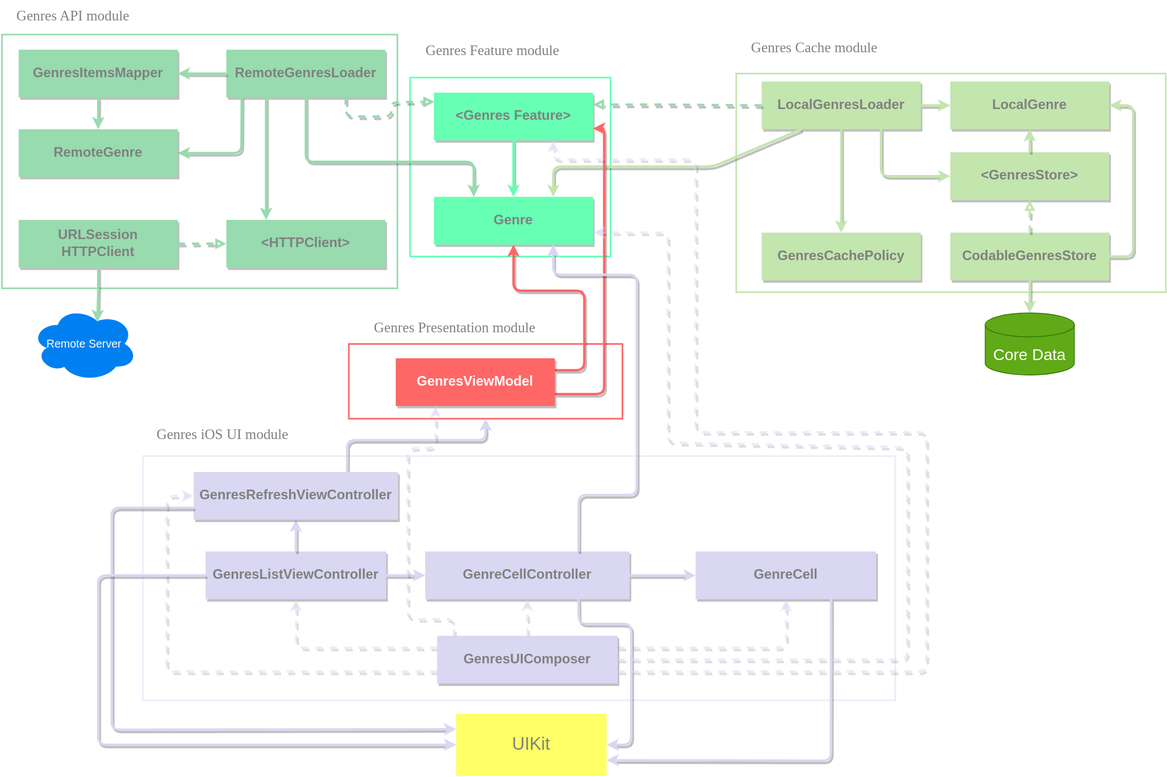
The draw.io diagram Podcasts Genres List/Genres List UI/dependency.drawio.svg in alexnikol/AnyCast, before a commit. Source tidied: cells renumbered, new cells last; positions are measured from the earlier drawing's top-left corner, leaving out a move shared by most shapes.
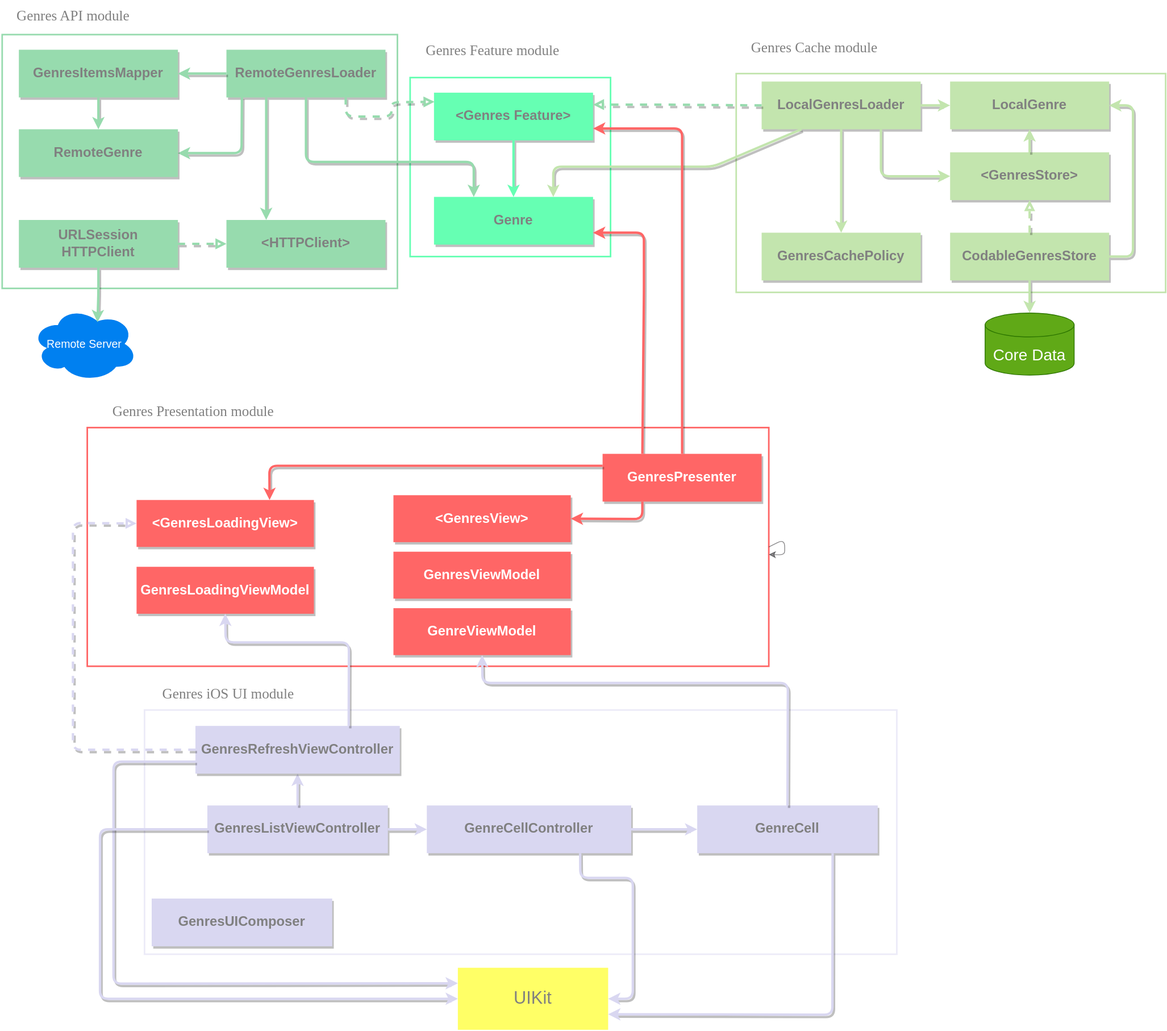
After the change.

Commit message:
Decoupled `GenreCellController` from `Genre`, instead added dependency on shared presentation layer

Diff of the diagram source:
```diff
@@ -3,7 +3,7 @@
     <mxCell id="0" />
     <mxCell id="1" parent="0" />
     <mxCell id="2" style="rounded=0;whiteSpace=wrap;html=1;strokeWidth=2;strokeColor=#D9D7F1;fillColor=none;opacity=50;" parent="1" vertex="1">
-      <mxGeometry x="179" y="573" width="946" height="307" as="geometry" />
+      <mxGeometry x="181" y="892" width="946" height="307" as="geometry" />
     </mxCell>
     <mxCell id="3" style="rounded=0;whiteSpace=wrap;html=1;strokeWidth=2;strokeColor=#66FFB3;fillColor=none;" parent="1" vertex="1">
       <mxGeometry x="515" y="97" width="252" height="225" as="geometry" />
@@ -177,42 +177,40 @@
       <mxGeometry relative="1" as="geometry" />
     </mxCell>
     <mxCell id="44" style="rounded=0;whiteSpace=wrap;html=1;strokeWidth=2;strokeColor=#FF6666;fillColor=none;" parent="1" vertex="1">
-      <mxGeometry x="438" y="432" width="344" height="94" as="geometry" />
+      <mxGeometry x="109" y="537" width="857" height="300" as="geometry" />
     </mxCell>
-    <mxCell id="45" style="edgeStyle=none;html=1;exitX=1;exitY=0.75;exitDx=0;exitDy=0;fontSize=17;fontColor=#999900;strokeColor=#FF6666;fillColor=#a20025;strokeWidth=3;shadow=1;entryX=1;entryY=0.75;entryDx=0;entryDy=0;" parent="1" edge="1" source="48" target="9">
+    <mxCell id="45" style="edgeStyle=none;html=1;exitX=0.25;exitY=0;exitDx=0;exitDy=0;fontSize=17;fontColor=#999900;strokeColor=#FF6666;fillColor=#a20025;strokeWidth=3;shadow=1;entryX=1;entryY=0.75;entryDx=0;entryDy=0;" parent="1" edge="1" source="48" target="24">
       <mxGeometry relative="1" as="geometry">
         <Array as="points">
-          <mxPoint x="759" y="495" />
-          <mxPoint x="759" y="161" />
+          <mxPoint x="809" y="365" />
+          <mxPoint x="809" y="292" />
         </Array>
       </mxGeometry>
     </mxCell>
-    <mxCell id="46" style="edgeStyle=none;html=1;exitX=1;exitY=0.25;exitDx=0;exitDy=0;fontSize=17;fontColor=#999900;strokeColor=#FF6666;fillColor=#a20025;strokeWidth=3;shadow=1;entryX=0.5;entryY=1;entryDx=0;entryDy=0;" parent="1" edge="1" source="48" target="24">
+    <mxCell id="46" style="edgeStyle=none;html=1;exitX=0.5;exitY=0;exitDx=0;exitDy=0;fontSize=17;fontColor=#999900;strokeColor=#FF6666;fillColor=#a20025;strokeWidth=3;shadow=1;entryX=1;entryY=0.75;entryDx=0;entryDy=0;" parent="1" edge="1" source="48" target="9">
       <mxGeometry relative="1" as="geometry">
         <Array as="points">
-          <mxPoint x="734" y="465" />
-          <mxPoint x="734" y="365" />
-          <mxPoint x="645" y="365" />
+          <mxPoint x="857" y="161" />
         </Array>
       </mxGeometry>
     </mxCell>
     <mxCell id="47" value="&lt;font style=&quot;font-size: 18px&quot;&gt;Genres Presentation module&lt;/font&gt;" style="text;html=1;strokeColor=none;fillColor=none;align=center;verticalAlign=middle;whiteSpace=wrap;rounded=0;fontFamily=Verdana;fontSize=18;fontColor=#808080;" parent="1" vertex="1">
-      <mxGeometry x="438" y="392" width="267" height="40" as="geometry" />
+      <mxGeometry x="109" y="497" width="267" height="40" as="geometry" />
     </mxCell>
-    <mxCell id="48" value="GenresViewModel" style="rounded=0;whiteSpace=wrap;html=1;fontSize=17;fontColor=#fff;strokeColor=none;strokeWidth=3;fillColor=#FF6666;fontStyle=1;gradientColor=none;shadow=1;" parent="1" vertex="1">
-      <mxGeometry x="497" y="450" width="200" height="60" as="geometry" />
+    <mxCell id="48" value="GenresPresenter" style="rounded=0;whiteSpace=wrap;html=1;fontSize=17;fontColor=#fff;strokeColor=none;strokeWidth=3;fillColor=#FF6666;fontStyle=1;gradientColor=none;shadow=1;" parent="1" vertex="1">
+      <mxGeometry x="757" y="570" width="200" height="60" as="geometry" />
     </mxCell>
     <mxCell id="49" value="&lt;span&gt;GenresListViewController&lt;/span&gt;" style="rounded=0;whiteSpace=wrap;html=1;fontSize=17;fontColor=#808080;strokeColor=none;strokeWidth=3;fillColor=#D9D7F1;fontStyle=1;gradientColor=none;shadow=1;" parent="1" vertex="1">
-      <mxGeometry x="258" y="693" width="227" height="60" as="geometry" />
+      <mxGeometry x="260" y="1012" width="227" height="60" as="geometry" />
     </mxCell>
     <mxCell id="50" value="&lt;font style=&quot;font-size: 18px&quot;&gt;Genres iOS UI module&lt;/font&gt;" style="text;html=1;strokeColor=none;fillColor=none;align=center;verticalAlign=middle;whiteSpace=wrap;rounded=0;fontFamily=Verdana;fontSize=18;fontColor=#808080;" parent="1" vertex="1">
-      <mxGeometry x="174" y="526" width="211" height="40" as="geometry" />
+      <mxGeometry x="181" y="852" width="211" height="40" as="geometry" />
     </mxCell>
     <mxCell id="51" value="GenreCellController" style="rounded=0;whiteSpace=wrap;html=1;fontSize=17;fontColor=#808080;strokeColor=none;strokeWidth=3;fillColor=#D9D7F1;fontStyle=1;gradientColor=none;shadow=1;" parent="1" vertex="1">
-      <mxGeometry x="534" y="693" width="257" height="60" as="geometry" />
+      <mxGeometry x="536" y="1012" width="257" height="60" as="geometry" />
     </mxCell>
     <mxCell id="52" value="&lt;span&gt;GenreCell&lt;/span&gt;" style="rounded=0;whiteSpace=wrap;html=1;fontSize=17;fontColor=#808080;strokeColor=none;strokeWidth=3;fillColor=#D9D7F1;fontStyle=1;gradientColor=none;shadow=1;" parent="1" vertex="1">
-      <mxGeometry x="874" y="693" width="227" height="60" as="geometry" />
+      <mxGeometry x="876" y="1012" width="227" height="60" as="geometry" />
     </mxCell>
     <mxCell id="53" style="edgeStyle=none;html=1;exitX=1;exitY=0.5;exitDx=0;exitDy=0;fontSize=17;fontColor=#999900;strokeColor=#D9D7F1;fillColor=#a20025;strokeWidth=3;shadow=1;entryX=0;entryY=0.5;entryDx=0;entryDy=0;" parent="1" edge="1" source="51" target="52">
       <mxGeometry relative="1" as="geometry" />
@@ -223,123 +221,102 @@
     <mxCell id="55" style="edgeStyle=none;html=1;exitX=0.5;exitY=0;exitDx=0;exitDy=0;fontSize=17;fontColor=#999900;strokeColor=#D9D7F1;fillColor=#a20025;strokeWidth=3;shadow=1;entryX=0.5;entryY=1;entryDx=0;entryDy=0;" parent="1" edge="1" source="49" target="57">
       <mxGeometry relative="1" as="geometry" />
     </mxCell>
-    <mxCell id="56" style="edgeStyle=none;html=1;exitX=0.75;exitY=0;exitDx=0;exitDy=0;fontSize=17;fontColor=#999900;strokeColor=#D9D7F1;fillColor=#a20025;strokeWidth=3;shadow=1;entryX=0.5;entryY=1;entryDx=0;entryDy=0;" parent="1" edge="1" source="57" target="44">
-      <mxGeometry relative="1" as="geometry">
-        <Array as="points">
-          <mxPoint x="436" y="553" />
-          <mxPoint x="581" y="553" />
-          <mxPoint x="610" y="553" />
-        </Array>
-      </mxGeometry>
-    </mxCell>
     <mxCell id="57" value="GenresRefreshViewController" style="rounded=0;whiteSpace=wrap;html=1;fontSize=17;fontColor=#808080;strokeColor=none;strokeWidth=3;fillColor=#D9D7F1;fontStyle=1;gradientColor=none;shadow=1;" parent="1" vertex="1">
-      <mxGeometry x="243" y="593" width="257" height="60" as="geometry" />
+      <mxGeometry x="245" y="912" width="257" height="60" as="geometry" />
     </mxCell>
-    <mxCell id="58" style="edgeStyle=none;html=1;exitX=0.5;exitY=0;exitDx=0;exitDy=0;fontSize=17;fontColor=#999900;strokeColor=#D9D7F1;fillColor=#a20025;strokeWidth=3;rounded=1;dashed=1;shadow=1;entryX=0.5;entryY=1;entryDx=0;entryDy=0;opacity=50;" parent="1" edge="1" source="69" target="51">
-      <mxGeometry relative="1" as="geometry" />
-    </mxCell>
-    <mxCell id="59" style="edgeStyle=none;html=1;exitX=1;exitY=0.25;exitDx=0;exitDy=0;fontSize=17;fontColor=#999900;strokeColor=#D9D7F1;fillColor=#a20025;strokeWidth=3;rounded=1;dashed=1;shadow=1;entryX=0.5;entryY=1;entryDx=0;entryDy=0;opacity=50;" parent="1" edge="1" source="69" target="52">
-      <mxGeometry relative="1" as="geometry">
-        <Array as="points">
-          <mxPoint x="988" y="814" />
-        </Array>
-      </mxGeometry>
-    </mxCell>
-    <mxCell id="60" style="edgeStyle=none;html=1;exitX=0;exitY=0.25;exitDx=0;exitDy=0;fontSize=17;fontColor=#999900;strokeColor=#D9D7F1;fillColor=#a20025;strokeWidth=3;rounded=1;dashed=1;shadow=1;entryX=0.5;entryY=1;entryDx=0;entryDy=0;opacity=50;" parent="1" edge="1" source="69" target="49">
-      <mxGeometry relative="1" as="geometry">
-        <Array as="points">
-          <mxPoint x="372" y="814" />
-        </Array>
-      </mxGeometry>
-    </mxCell>
-    <mxCell id="61" style="edgeStyle=none;html=1;exitX=0.75;exitY=0;exitDx=0;exitDy=0;fontSize=17;fontColor=#999900;strokeColor=#D9D7F1;fillColor=#a20025;strokeWidth=3;shadow=1;entryX=0.75;entryY=1;entryDx=0;entryDy=0;" parent="1" edge="1" source="51" target="24">
-      <mxGeometry relative="1" as="geometry">
-        <Array as="points">
-          <mxPoint x="727" y="622" />
-          <mxPoint x="800" y="622" />
-          <mxPoint x="800" y="345" />
-          <mxPoint x="695" y="345" />
-        </Array>
-      </mxGeometry>
-    </mxCell>
     <mxCell id="62" value="UIKit" style="rounded=0;whiteSpace=wrap;html=1;strokeWidth=2;strokeColor=none;fillColor=#FFFF66;fontColor=#808080;fontSize=22;" parent="1" vertex="1">
-      <mxGeometry x="573" y="897" width="189" height="78" as="geometry" />
+      <mxGeometry x="575" y="1216" width="189" height="78" as="geometry" />
     </mxCell>
     <mxCell id="63" style="edgeStyle=none;html=1;exitX=0.75;exitY=1;exitDx=0;exitDy=0;fontSize=17;fontColor=#999900;strokeColor=#D9D7F1;fillColor=#a20025;strokeWidth=3;shadow=1;entryX=1;entryY=0.75;entryDx=0;entryDy=0;" parent="1" edge="1" source="52" target="62">
       <mxGeometry relative="1" as="geometry">
         <Array as="points">
-          <mxPoint x="1044" y="956" />
+          <mxPoint x="1046" y="1275" />
         </Array>
       </mxGeometry>
     </mxCell>
     <mxCell id="64" style="edgeStyle=none;html=1;exitX=0;exitY=0.75;exitDx=0;exitDy=0;fontSize=17;fontColor=#999900;strokeColor=#D9D7F1;fillColor=#a20025;strokeWidth=3;shadow=1;entryX=0;entryY=0.25;entryDx=0;entryDy=0;" parent="1" edge="1" source="57" target="62">
       <mxGeometry relative="1" as="geometry">
         <Array as="points">
-          <mxPoint x="140" y="638" />
-          <mxPoint x="140" y="917" />
+          <mxPoint x="142" y="957" />
+          <mxPoint x="142" y="1236" />
         </Array>
       </mxGeometry>
     </mxCell>
-    <mxCell id="65" style="edgeStyle=none;html=1;exitX=0;exitY=0.75;exitDx=0;exitDy=0;fontSize=17;fontColor=#999900;strokeColor=#D9D7F1;fillColor=#a20025;strokeWidth=3;rounded=1;dashed=1;shadow=1;entryX=0;entryY=0.5;entryDx=0;entryDy=0;opacity=50;" parent="1" edge="1" source="69" target="57">
-      <mxGeometry relative="1" as="geometry">
-        <Array as="points">
-          <mxPoint x="382" y="844" />
-          <mxPoint x="209" y="844" />
-          <mxPoint x="209" y="623" />
-        </Array>
-      </mxGeometry>
-    </mxCell>
     <mxCell id="66" style="edgeStyle=none;html=1;exitX=0;exitY=0.5;exitDx=0;exitDy=0;fontSize=17;fontColor=#999900;strokeColor=#D9D7F1;fillColor=#a20025;strokeWidth=3;shadow=1;entryX=0;entryY=0.5;entryDx=0;entryDy=0;" parent="1" edge="1" source="49" target="62">
       <mxGeometry relative="1" as="geometry">
         <Array as="points">
-          <mxPoint x="123" y="723" />
-          <mxPoint x="123" y="936" />
+          <mxPoint x="125" y="1042" />
+          <mxPoint x="125" y="1255" />
         </Array>
       </mxGeometry>
     </mxCell>
     <mxCell id="67" style="edgeStyle=none;html=1;exitX=0.75;exitY=1;exitDx=0;exitDy=0;fontSize=17;fontColor=#999900;strokeColor=#D9D7F1;fillColor=#a20025;strokeWidth=3;shadow=1;entryX=1;entryY=0.5;entryDx=0;entryDy=0;" parent="1" edge="1" source="51" target="62">
       <mxGeometry relative="1" as="geometry">
         <Array as="points">
-          <mxPoint x="727" y="784" />
-          <mxPoint x="793" y="784" />
-          <mxPoint x="793" y="936" />
+          <mxPoint x="729" y="1103" />
+          <mxPoint x="795" y="1103" />
+          <mxPoint x="795" y="1255" />
         </Array>
       </mxGeometry>
     </mxCell>
-    <mxCell id="68" style="edgeStyle=none;html=1;exitX=0.094;exitY=0.017;exitDx=0;exitDy=0;fontSize=17;fontColor=#999900;strokeColor=#D9D7F1;fillColor=#a20025;strokeWidth=3;rounded=1;dashed=1;shadow=1;opacity=50;exitPerimeter=0;entryX=0.25;entryY=1;entryDx=0;entryDy=0;" parent="1" edge="1" source="69" target="48">
-      <mxGeometry relative="1" as="geometry">
-        <Array as="points">
-          <mxPoint x="570" y="778" />
-          <mxPoint x="512" y="778" />
-          <mxPoint x="512" y="563" />
-          <mxPoint x="547" y="563" />
-        </Array>
-      </mxGeometry>
-    </mxCell>
     <mxCell id="69" value="&lt;span&gt;GenresUIComposer&lt;/span&gt;" style="rounded=0;whiteSpace=wrap;html=1;fontSize=17;fontColor=#808080;strokeColor=none;strokeWidth=3;fillColor=#D9D7F1;fontStyle=1;gradientColor=none;shadow=1;" parent="1" vertex="1">
-      <mxGeometry x="549" y="799" width="227" height="60" as="geometry" />
+      <mxGeometry x="190" y="1129" width="227" height="60" as="geometry" />
     </mxCell>
-    <mxCell id="70" style="edgeStyle=none;html=1;exitX=1;exitY=0.75;exitDx=0;exitDy=0;fontSize=17;fontColor=#999900;strokeColor=#D9D7F1;fillColor=#a20025;strokeWidth=3;rounded=1;dashed=1;shadow=1;opacity=50;entryX=0.75;entryY=1;entryDx=0;entryDy=0;" parent="1" edge="1" source="69" target="9">
-      <mxGeometry relative="1" as="geometry">
-        <Array as="points">
-          <mxPoint x="1164" y="844" />
-          <mxPoint x="1164" y="543" />
-          <mxPoint x="874" y="543" />
-          <mxPoint x="874" y="200" />
-          <mxPoint x="806" y="200" />
-          <mxPoint x="695" y="200" />
-        </Array>
-      </mxGeometry>
-    </mxCell>
-    <mxCell id="71" style="edgeStyle=none;html=1;exitX=1;exitY=0.5;exitDx=0;exitDy=0;fontSize=17;fontColor=#999900;strokeColor=#D9D7F1;fillColor=#a20025;strokeWidth=3;rounded=1;dashed=1;shadow=1;opacity=50;entryX=1;entryY=0.75;entryDx=0;entryDy=0;" parent="1" edge="1" source="69" target="24">
-      <mxGeometry relative="1" as="geometry">
-        <Array as="points">
-          <mxPoint x="1140" y="829" />
-          <mxPoint x="1140" y="562" />
-          <mxPoint x="839" y="556" />
-          <mxPoint x="839" y="292" />
-        </Array>
-      </mxGeometry>
-    </mxCell>
+    <mxCell id="72" value="GenresLoadingViewModel" style="rounded=0;whiteSpace=wrap;html=1;fontSize=17;fontColor=#fff;strokeColor=none;strokeWidth=3;fillColor=#FF6666;fontStyle=1;gradientColor=none;shadow=1;" parent="1" vertex="1">
+      <mxGeometry x="171" y="712" width="223" height="59" as="geometry" />
+    </mxCell>
+    <mxCell id="73" value="GenresViewModel" style="rounded=0;whiteSpace=wrap;html=1;fontSize=17;fontColor=#fff;strokeColor=none;strokeWidth=3;fillColor=#FF6666;fontStyle=1;gradientColor=none;shadow=1;" parent="1" vertex="1">
+      <mxGeometry x="494" y="693" width="223" height="59" as="geometry" />
+    </mxCell>
+    <mxCell id="74" value="GenreViewModel" style="rounded=0;whiteSpace=wrap;html=1;fontSize=17;fontColor=#fff;strokeColor=none;strokeWidth=3;fillColor=#FF6666;fontStyle=1;gradientColor=none;shadow=1;" parent="1" vertex="1">
+      <mxGeometry x="494" y="764" width="223" height="59" as="geometry" />
+    </mxCell>
+    <mxCell id="75" value="&amp;lt;GenresView&amp;gt;" style="rounded=0;whiteSpace=wrap;html=1;fontSize=17;fontColor=#fff;strokeColor=none;strokeWidth=3;fillColor=#FF6666;fontStyle=1;gradientColor=none;shadow=1;" parent="1" vertex="1">
+      <mxGeometry x="494" y="622" width="223" height="59" as="geometry" />
+    </mxCell>
+    <mxCell id="76" value="&amp;lt;GenresLoadingView&amp;gt;" style="rounded=0;whiteSpace=wrap;html=1;fontSize=17;fontColor=#fff;strokeColor=none;strokeWidth=3;fillColor=#FF6666;fontStyle=1;gradientColor=none;shadow=1;" parent="1" vertex="1">
+      <mxGeometry x="171" y="628" width="223" height="59" as="geometry" />
+    </mxCell>
+    <mxCell id="77" style="edgeStyle=none;html=1;exitX=0.75;exitY=0;exitDx=0;exitDy=0;fontSize=17;fontColor=#999900;strokeColor=#D9D7F1;fillColor=#a20025;strokeWidth=3;shadow=1;entryX=0.5;entryY=1;entryDx=0;entryDy=0;" parent="1" edge="1" source="57" target="72">
+      <mxGeometry relative="1" as="geometry">
+        <Array as="points">
+          <mxPoint x="438" y="807" />
+          <mxPoint x="283" y="807" />
+        </Array>
+      </mxGeometry>
+    </mxCell>
+    <mxCell id="78" style="edgeStyle=none;html=1;exitX=0;exitY=0.5;exitDx=0;exitDy=0;fontSize=17;fontColor=#999900;strokeColor=#D9D7F1;fillColor=#a20025;strokeWidth=3;rounded=1;dashed=1;shadow=1;endArrow=block;endFill=0;entryX=0;entryY=0.5;entryDx=0;entryDy=0;" parent="1" edge="1" source="57" target="76">
+      <mxGeometry relative="1" as="geometry">
+        <Array as="points">
+          <mxPoint x="91" y="942" />
+          <mxPoint x="91" y="657" />
+        </Array>
+      </mxGeometry>
+    </mxCell>
+    <mxCell id="79" style="edgeStyle=none;html=1;exitX=0.5;exitY=0;exitDx=0;exitDy=0;fontSize=17;fontColor=#999900;strokeColor=#D9D7F1;fillColor=#a20025;strokeWidth=3;shadow=1;entryX=0.5;entryY=1;entryDx=0;entryDy=0;" parent="1" edge="1" source="52" target="74">
+      <mxGeometry relative="1" as="geometry">
+        <Array as="points">
+          <mxPoint x="990" y="858" />
+          <mxPoint x="606" y="858" />
+        </Array>
+      </mxGeometry>
+    </mxCell>
+    <mxCell id="80" style="edgeStyle=none;html=1;exitX=1;exitY=0.5;exitDx=0;exitDy=0;fontSize=22;fontColor=#808080;strokeColor=#151417;opacity=50;" parent="1" edge="1" source="44" target="44">
+      <mxGeometry relative="1" as="geometry" />
+    </mxCell>
+    <mxCell id="81" style="edgeStyle=none;html=1;exitX=0;exitY=0.25;exitDx=0;exitDy=0;fontSize=17;fontColor=#999900;strokeColor=#FF6666;fillColor=#a20025;strokeWidth=3;shadow=1;entryX=0.75;entryY=0;entryDx=0;entryDy=0;" parent="1" edge="1" source="48" target="76">
+      <mxGeometry relative="1" as="geometry">
+        <Array as="points">
+          <mxPoint x="338" y="585" />
+        </Array>
+      </mxGeometry>
+    </mxCell>
+    <mxCell id="82" style="edgeStyle=none;html=1;exitX=0.25;exitY=1;exitDx=0;exitDy=0;fontSize=17;fontColor=#999900;strokeColor=#FF6666;fillColor=#a20025;strokeWidth=3;shadow=1;entryX=1;entryY=0.5;entryDx=0;entryDy=0;" parent="1" edge="1" source="48" target="75">
+      <mxGeometry relative="1" as="geometry">
+        <Array as="points">
+          <mxPoint x="807" y="652" />
+        </Array>
+      </mxGeometry>
+    </mxCell>
   </root>
 </mxGraphModel>
```
